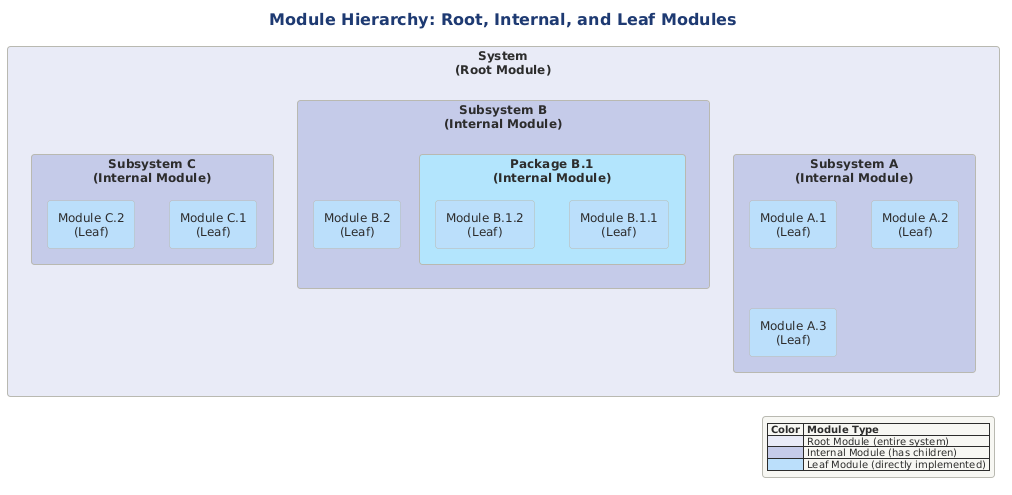
Earlier version of the PlantUML export src/architecture/views-and-beyond/style-catalogs/module/decomposition-style/png/01-module-hierarchy.png (Notoriousjayy/latex-docs). The source it was exported from:
```plantuml
@startuml 01-module-hierarchy
!include ../../../../../../tooling/styles/plantuml/structural/component-diagram-style.iuml


title Module Hierarchy: Root, Internal, and Leaf Modules

rectangle "**System**\n(Root Module)" as root #E8EAF6 {

  rectangle "**Subsystem A**\n(Internal Module)" as subA #C5CAE9 {
    rectangle "Module A.1\n(Leaf)" as a1 #BBDEFB
    rectangle "Module A.2\n(Leaf)" as a2 #BBDEFB
    rectangle "Module A.3\n(Leaf)" as a3 #BBDEFB
  }

  rectangle "**Subsystem B**\n(Internal Module)" as subB #C5CAE9 {

    rectangle "**Package B.1**\n(Internal Module)" as b1 #B3E5FC {
      rectangle "Module B.1.1\n(Leaf)" as b11 #BBDEFB
      rectangle "Module B.1.2\n(Leaf)" as b12 #BBDEFB
    }

    rectangle "Module B.2\n(Leaf)" as b2 #BBDEFB
  }

  rectangle "**Subsystem C**\n(Internal Module)" as subC #C5CAE9 {
    rectangle "Module C.1\n(Leaf)" as c1 #BBDEFB
    rectangle "Module C.2\n(Leaf)" as c2 #BBDEFB
  }
}

legend right
  |= Color |= Module Type |
  | <#E8EAF6> | Root Module (entire system) |
  | <#C5CAE9> | Internal Module (has children) |
  | <#BBDEFB> | Leaf Module (directly implemented) |
end legend

@enduml
```
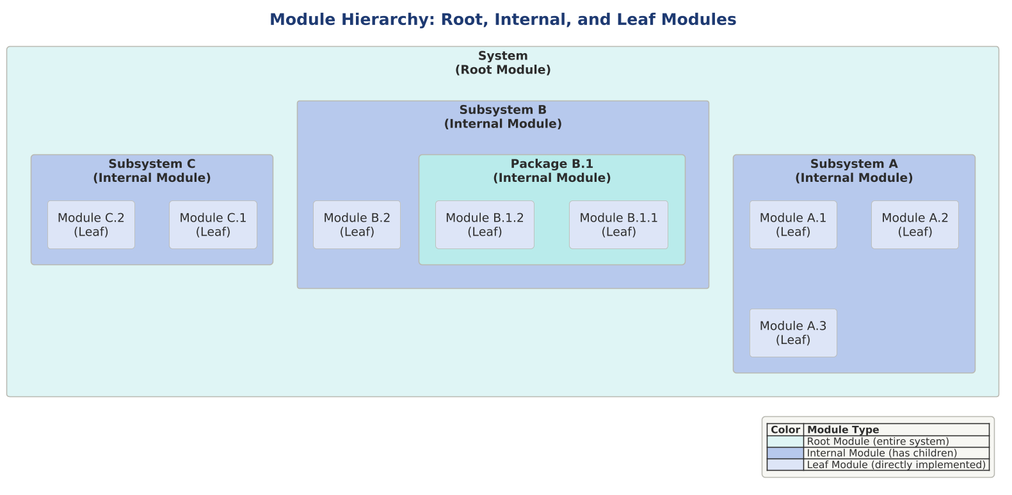
The same diagram one commit later.

What changed in the source:
```diff
@@ -1,38 +1,42 @@
 @startuml 01-module-hierarchy
+
+skinparam dpi 150
+
+
+
 !include ../../../../../../tooling/styles/plantuml/structural/component-diagram-style.iuml
-
 
 title Module Hierarchy: Root, Internal, and Leaf Modules
 
-rectangle "**System**\n(Root Module)" as root #E8EAF6 {
+rectangle "**System**\n(Root Module)" as root $fill_dynamic {
 
-  rectangle "**Subsystem A**\n(Internal Module)" as subA #C5CAE9 {
-    rectangle "Module A.1\n(Leaf)" as a1 #BBDEFB
-    rectangle "Module A.2\n(Leaf)" as a2 #BBDEFB
-    rectangle "Module A.3\n(Leaf)" as a3 #BBDEFB
+  rectangle "**Subsystem A**\n(Internal Module)" as subA $deep_primary {
+    rectangle "Module A.1\n(Leaf)" as a1 $fill_primary
+    rectangle "Module A.2\n(Leaf)" as a2 $fill_primary
+    rectangle "Module A.3\n(Leaf)" as a3 $fill_primary
   }
 
-  rectangle "**Subsystem B**\n(Internal Module)" as subB #C5CAE9 {
+  rectangle "**Subsystem B**\n(Internal Module)" as subB $deep_primary {
 
-    rectangle "**Package B.1**\n(Internal Module)" as b1 #B3E5FC {
-      rectangle "Module B.1.1\n(Leaf)" as b11 #BBDEFB
-      rectangle "Module B.1.2\n(Leaf)" as b12 #BBDEFB
+    rectangle "**Package B.1**\n(Internal Module)" as b1 $deep_dynamic {
+      rectangle "Module B.1.1\n(Leaf)" as b11 $fill_primary
+      rectangle "Module B.1.2\n(Leaf)" as b12 $fill_primary
     }
 
-    rectangle "Module B.2\n(Leaf)" as b2 #BBDEFB
+    rectangle "Module B.2\n(Leaf)" as b2 $fill_primary
   }
 
-  rectangle "**Subsystem C**\n(Internal Module)" as subC #C5CAE9 {
-    rectangle "Module C.1\n(Leaf)" as c1 #BBDEFB
-    rectangle "Module C.2\n(Leaf)" as c2 #BBDEFB
+  rectangle "**Subsystem C**\n(Internal Module)" as subC $deep_primary {
+    rectangle "Module C.1\n(Leaf)" as c1 $fill_primary
+    rectangle "Module C.2\n(Leaf)" as c2 $fill_primary
   }
 }
 
 legend right
   |= Color |= Module Type |
-  | <#E8EAF6> | Root Module (entire system) |
-  | <#C5CAE9> | Internal Module (has children) |
-  | <#BBDEFB> | Leaf Module (directly implemented) |
+  | <$fill_dynamic> | Root Module (entire system) |
+  | <$deep_primary> | Internal Module (has children) |
+  | <$fill_primary> | Leaf Module (directly implemented) |
 end legend
 
 @enduml
```
